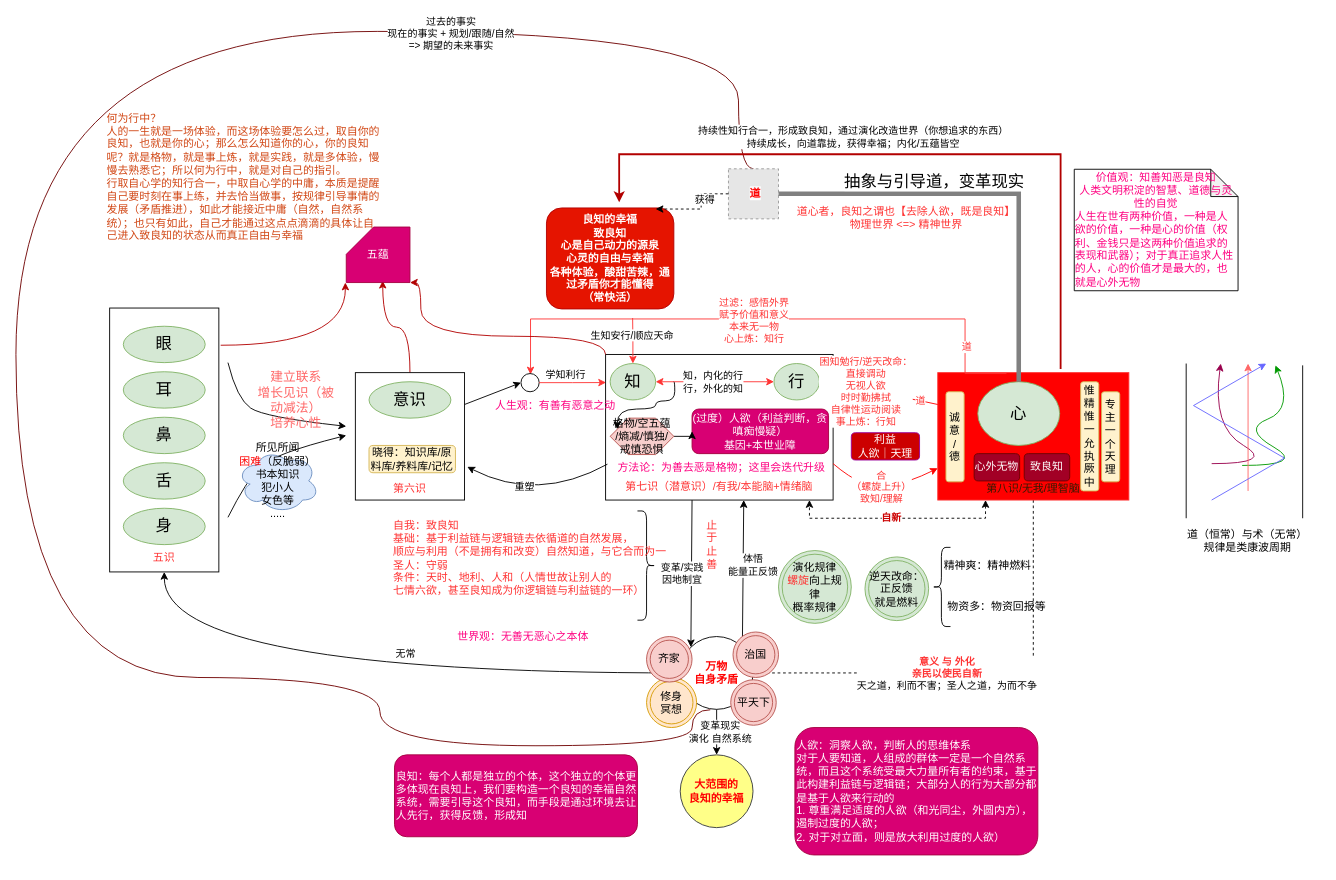
The draw.io diagram page "良知" (1 of 2) of xinxue.drawio in kason-huang/DrawIO, before the edit. Source tidied: cells renumbered, new cells numbered last; positions are measured from the earlier drawing's top-left corner, leaving out a move shared by most shapes. Both pictures are drawn from the tidied source at 91%, with x=0, y=0 at pixel (15, 31). Pictures stored in the file or linked from it are replaced by grey dashed boxes.
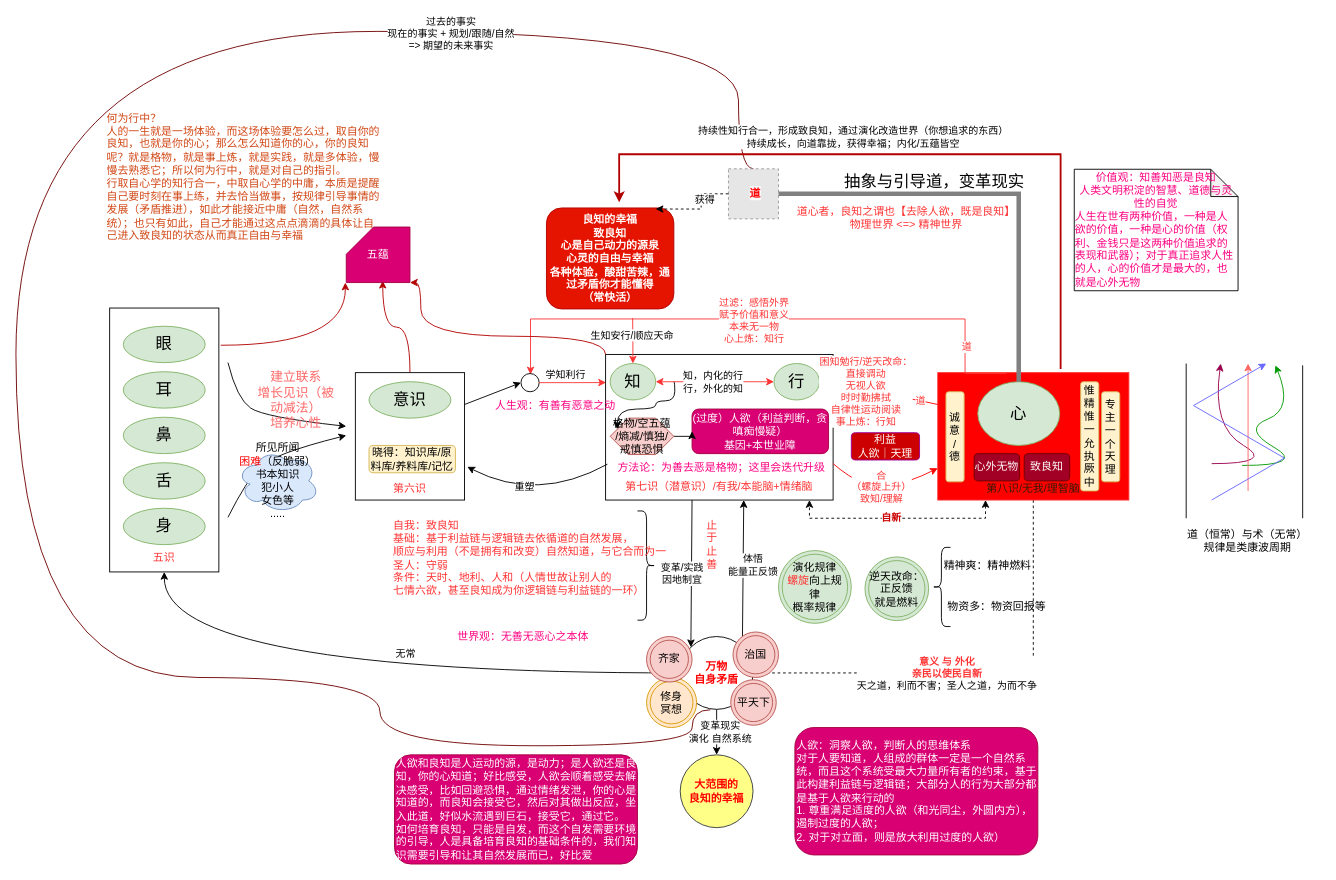
After the change.

Change to the diagram source:
```diff
@@
-    <mxCell id="105" value="良知：每个人都是独立的个体，这个独立的个体更多体现在良知上，我们要构造一个良知的幸福自然系统，需要引导这个良知，而手段是通过环境去让人先行，获得反馈，形成知" style="rounded=1;whiteSpace=wrap;html=1;fillColor=#d80073;strokeColor=#A50040;fontColor=#ffffff;align=left;" parent="1" vertex="1">
-      <mxGeometry x="416" y="795" width="267" height="90" as="geometry" />
+    <mxCell id="105" value="人欲和良知是人运动的源，是动力；是人欲还是良知，你的心知道；好比感受，人欲会顺着感受去解决感受，比如回避恐惧，通过情绪发泄，你的心是知道的，而良知会接受它，然后对其做出反应，坐入此道，好似水流遇到巨石，接受它，通过它。&lt;div&gt;如何培育良知，只能是自发，而这个自发需要环境的引导，人是具备培育良知的基础条件的，我们知识需要引导和让其自然发展而已，好比爱&lt;/div&gt;" style="rounded=1;whiteSpace=wrap;html=1;fillColor=#d80073;strokeColor=#A50040;fontColor=#ffffff;align=left;" parent="1" vertex="1">
+      <mxGeometry x="416" y="795" width="267" height="120" as="geometry" />
     </mxCell>
```
